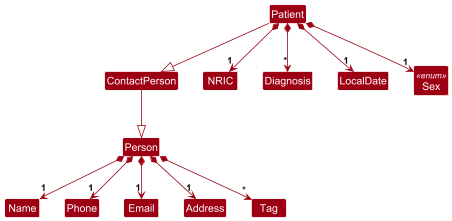
cyledge/tp keeps this PlantUML diagram as docs/images/PatientClassDiagram.png. Above is the earlier version. The source it was exported from:
```plantuml
@startuml
!include style.puml
skinparam arrowThickness 1.1
skinparam arrowColor MODEL_COLOR
skinparam classBackgroundColor MODEL_COLOR

Class Person
Class ContactPerson
Class Patient
Class Name
Class Phone
Class Email
Class Address
Class Tag
Class NRIC
Class Diagnosis
Class LocalDate
class Sex <<enum>> {
    MALE
    FEMALE
    INTERSEX
}


ContactPerson --|> Person
Patient --|> ContactPerson
Person *--> "1" Name
Person *--> "1" Phone
Person *--> "1" Email
Person *--> "1" Address
Person *--> "*" Tag
Patient *--> "1" NRIC
Patient *--> "1" LocalDate
Patient *--> "1" Sex
Patient *--> "*" Diagnosis

@enduml
```
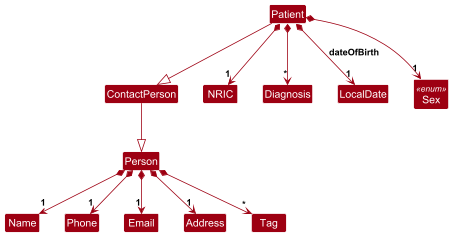
The same diagram one commit later.

Diff of the diagram source:
```diff
@@ -30,7 +30,7 @@
 Person *--> "1" Address
 Person *--> "*" Tag
 Patient *--> "1" NRIC
-Patient *--> "1" LocalDate
+Patient *--> "1" LocalDate : dateOfBirth
 Patient *--> "1" Sex
 Patient *--> "*" Diagnosis
 
```
